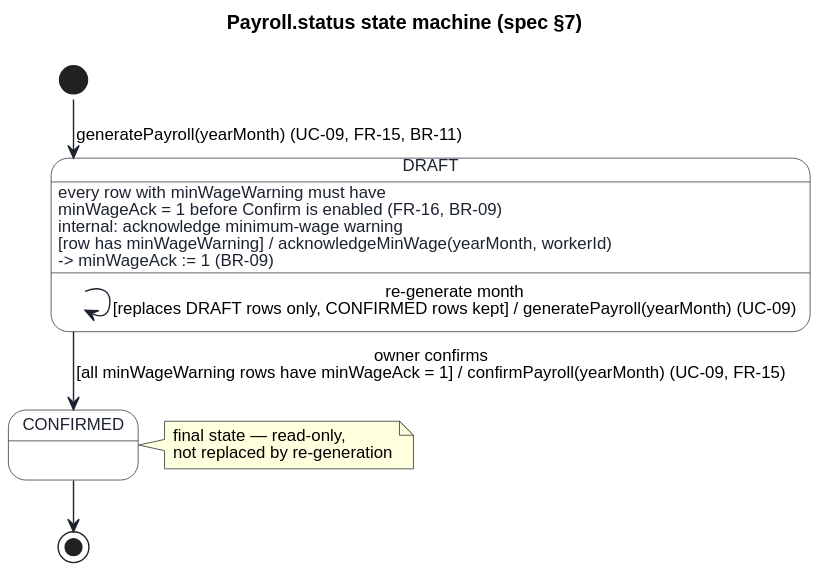
Above: uml/state-payroll.svg in keemlogan/shiftswap (PlantUML), before the change.
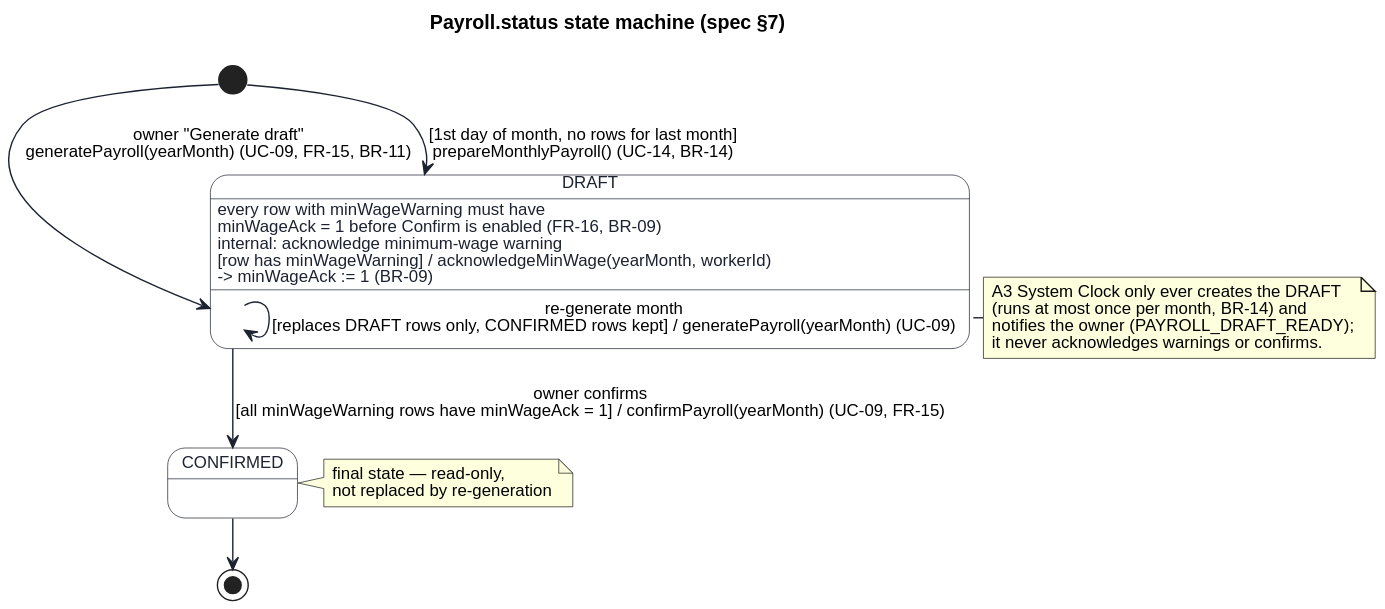
Later version of the same file.

Change to the diagram source:
```diff
@@ -13,7 +13,8 @@
 
 title Payroll.status state machine (spec §7)
 
-[*] --> DRAFT : generatePayroll(yearMonth) (UC-09, FR-15, BR-11)
+[*] --> DRAFT : owner "Generate draft"\ngeneratePayroll(yearMonth) (UC-09, FR-15, BR-11)
+[*] --> DRAFT : [1st day of month, no rows for last month]\nprepareMonthlyPayroll() (UC-14, BR-14)
 
 state DRAFT {
   DRAFT : every row with minWageWarning must have\nminWageAck = 1 before Confirm is enabled (FR-16, BR-09)
@@ -26,4 +27,5 @@
 CONFIRMED --> [*]
 
 note right of CONFIRMED : final state — read-only,\nnot replaced by re-generation
+note left of DRAFT : A3 System Clock only ever creates the DRAFT\n(runs at most once per month, BR-14) and\nnotifies the owner (PAYROLL_DRAFT_READY);\nit never acknowledges warnings or confirms.
 @enduml
```
